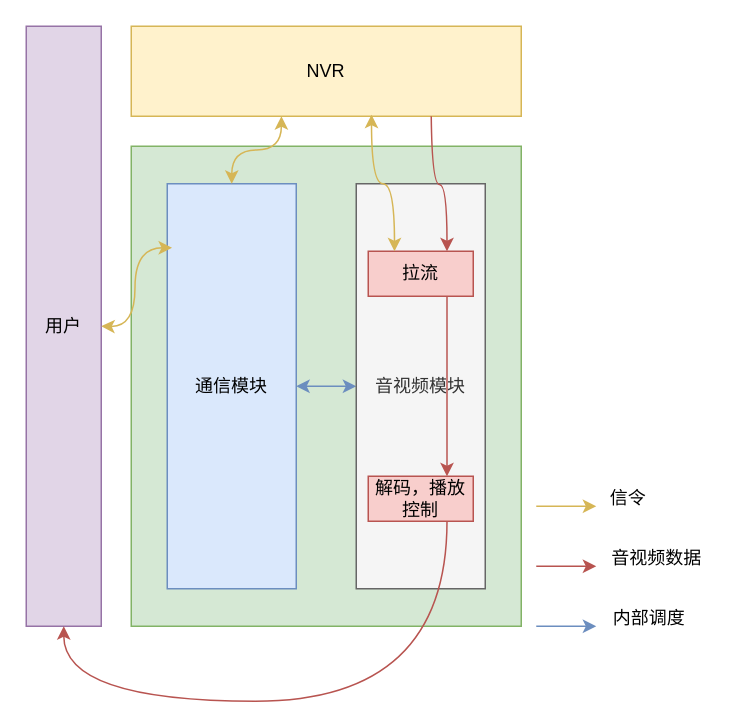
The draw.io diagram page "控制流程" (2 of 2) of 未命名绘图.drawio in Lycycz/tynotes, before the edit. Source tidied: cells renumbered, new cells numbered last; positions are measured from the earlier drawing's top-left corner, leaving out a move shared by most shapes. Both pictures are drawn from the tidied source at 150%, with x=0, y=0 at pixel (26, 26).
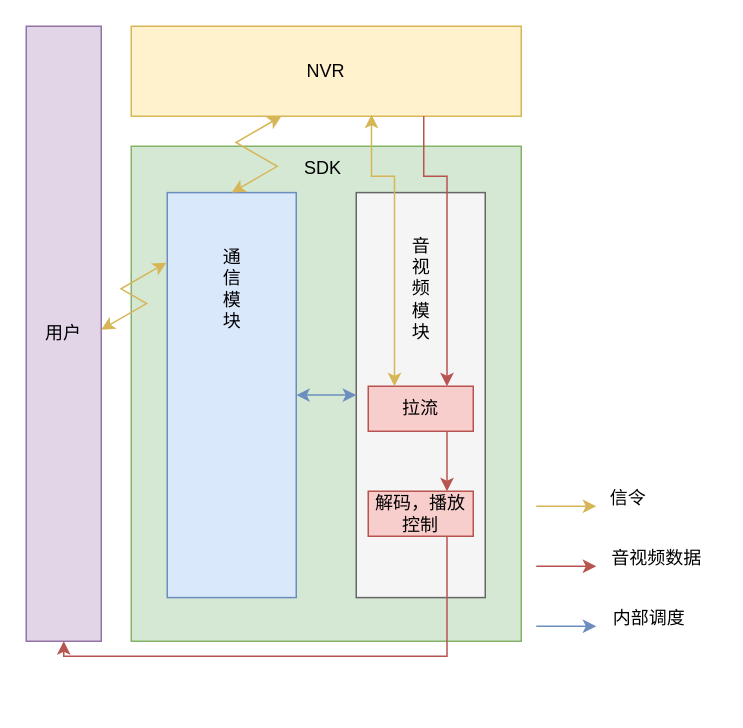
Above is the later version.

Unchanged cells that the change refers to:
```xml
<mxCell id="3" value="NVR" style="rounded=0;whiteSpace=wrap;html=1;fillColor=#fff2cc;strokeColor=#d6b656;" parent="1" vertex="1">
  <mxGeometry x="70" width="260" height="60" as="geometry" />
</mxCell>
```

Diff of the diagram source:
```diff
@@
+    <mxCell id="22" style="group;" parent="1" vertex="1">
+      <mxGeometry x="70" y="80" width="260" height="330" as="geometry" />
+    </mxCell>
-    <mxCell id="2" style="rounded=0;whiteSpace=wrap;html=1;fillColor=#d5e8d4;strokeColor=#82b366;" parent="1" vertex="1">
-      <mxGeometry x="70" y="80" width="260" height="320" as="geometry" />
+    <mxCell id="2" style="rounded=0;whiteSpace=wrap;html=1;fillColor=#d5e8d4;strokeColor=#82b366;" parent="22" vertex="1">
+      <mxGeometry width="260" height="330" as="geometry" />
     </mxCell>
+    <mxCell id="23" value="SDK" style="text;html=1;align=center;verticalAlign=middle;whiteSpace=wrap;rounded=0;" parent="22" vertex="1">
+      <mxGeometry x="98" width="60" height="30.9" as="geometry" />
+    </mxCell>
+    <mxCell id="6" style="rounded=0;whiteSpace=wrap;html=1;fillColor=#dae8fc;strokeColor=#6c8ebf;" parent="22" vertex="1">
+      <mxGeometry x="24" y="30.9" width="86" height="270" as="geometry" />
+    </mxCell>
+    <mxCell id="7" value="&lt;div style=&quot;&quot;&gt;&lt;br&gt;&lt;/div&gt;" style="rounded=0;whiteSpace=wrap;html=1;align=center;fillColor=#f5f5f5;fontColor=#333333;strokeColor=#666666;" parent="22" vertex="1">
+      <mxGeometry x="150" y="30.9" width="86" height="270" as="geometry" />
+    </mxCell>
+    <mxCell id="5" style="edgeStyle=orthogonalEdgeStyle;rounded=0;jettySize=auto;html=1;exitX=1;exitY=0.5;exitDx=0;exitDy=0;entryX=0;entryY=0.5;entryDx=0;entryDy=0;startArrow=classic;startFill=1;fillColor=#dae8fc;strokeColor=#6c8ebf;" parent="22" edge="1" source="6" target="7">
+      <mxGeometry relative="1" as="geometry" />
+    </mxCell>
@@
     <mxCell id="4" value="用户" style="rounded=0;whiteSpace=wrap;html=1;fillColor=#e1d5e7;strokeColor=#9673a6;" parent="1" vertex="1">
-      <mxGeometry width="50" height="400" as="geometry" />
+      <mxGeometry width="50" height="410" as="geometry" />
     </mxCell>
-    <mxCell id="5" style="edgeStyle=orthogonalEdgeStyle;rounded=0;jettySize=auto;html=1;exitX=1;exitY=0.5;exitDx=0;exitDy=0;entryX=0;entryY=0.5;entryDx=0;entryDy=0;startArrow=classic;startFill=1;fillColor=#dae8fc;strokeColor=#6c8ebf;" parent="1" edge="1" source="6" target="7">
-      <mxGeometry relative="1" as="geometry" />
-    </mxCell>
-    <mxCell id="6" value="通信模块" style="rounded=0;whiteSpace=wrap;html=1;fillColor=#dae8fc;strokeColor=#6c8ebf;" parent="1" vertex="1">
-      <mxGeometry x="94" y="105" width="86" height="270" as="geometry" />
-    </mxCell>
-    <mxCell id="7" value="&lt;div style=&quot;&quot;&gt;&lt;span style=&quot;background-color: initial;&quot;&gt;音视频模块&lt;/span&gt;&lt;/div&gt;" style="rounded=0;whiteSpace=wrap;html=1;align=center;fillColor=#f5f5f5;fontColor=#333333;strokeColor=#666666;" parent="1" vertex="1">
-      <mxGeometry x="220" y="105" width="86" height="270" as="geometry" />
-    </mxCell>
-    <mxCell id="8" style="edgeStyle=orthogonalEdgeStyle;rounded=0;jettySize=auto;html=1;exitX=0.5;exitY=0;exitDx=0;exitDy=0;entryX=0.385;entryY=1;entryDx=0;entryDy=0;entryPerimeter=0;fillColor=#fff2cc;strokeColor=#d6b656;startArrow=classic;startFill=1;curved=1;" parent="1" edge="1" source="6" target="3">
+    <mxCell id="8" style="edgeStyle=isometricEdgeStyle;rounded=0;jettySize=auto;html=1;exitX=0.5;exitY=0;exitDx=0;exitDy=0;entryX=0.385;entryY=1;entryDx=0;entryDy=0;entryPerimeter=0;fillColor=#fff2cc;strokeColor=#d6b656;startArrow=classic;startFill=1;" parent="1" edge="1" source="6" target="3">
       <mxGeometry relative="1" as="geometry" />
     </mxCell>
-    <mxCell id="9" style="edgeStyle=orthogonalEdgeStyle;rounded=0;jettySize=auto;html=1;entryX=0.037;entryY=0.158;entryDx=0;entryDy=0;entryPerimeter=0;fillColor=#fff2cc;strokeColor=#d6b656;startArrow=classic;startFill=1;curved=1;" parent="1" edge="1" target="6">
+    <mxCell id="9" style="edgeStyle=isometricEdgeStyle;rounded=0;jettySize=auto;html=1;entryX=-0.007;entryY=0.173;entryDx=0;entryDy=0;entryPerimeter=0;fillColor=#fff2cc;strokeColor=#d6b656;startArrow=classic;startFill=1;" parent="1" edge="1" target="6">
       <mxGeometry relative="1" as="geometry">
-        <mxPoint x="50" y="200" as="sourcePoint" />
+        <mxPoint x="50" y="202.3" as="sourcePoint" />
       </mxGeometry>
     </mxCell>
@@
     <mxCell id="11" value="拉流" style="rounded=0;whiteSpace=wrap;html=1;fillColor=#f8cecc;strokeColor=#b85450;" parent="1" vertex="1">
-      <mxGeometry x="228" y="150" width="70" height="30" as="geometry" />
+      <mxGeometry x="228" y="240" width="70" height="30" as="geometry" />
     </mxCell>
-    <mxCell id="12" style="edgeStyle=orthogonalEdgeStyle;rounded=0;jettySize=auto;html=1;exitX=0.75;exitY=1;exitDx=0;exitDy=0;entryX=0.5;entryY=1;entryDx=0;entryDy=0;curved=1;fillColor=#f8cecc;strokeColor=#b85450;" parent="1" edge="1" source="13" target="4">
+    <mxCell id="12" style="edgeStyle=elbowEdgeStyle;rounded=0;jettySize=auto;html=1;exitX=0.75;exitY=1;exitDx=0;exitDy=0;entryX=0.5;entryY=1;entryDx=0;entryDy=0;fillColor=#f8cecc;strokeColor=#b85450;elbow=vertical;" parent="1" edge="1" source="13" target="4">
       <mxGeometry relative="1" as="geometry">
         <Array as="points">
-          <mxPoint x="281" y="450" />
-          <mxPoint x="25" y="450" />
+          <mxPoint x="150" y="420" />
         </Array>
       </mxGeometry>
     </mxCell>
     <mxCell id="13" value="解码，播放控制" style="rounded=0;whiteSpace=wrap;html=1;fillColor=#f8cecc;strokeColor=#b85450;" parent="1" vertex="1">
-      <mxGeometry x="228" y="300" width="70" height="30" as="geometry" />
+      <mxGeometry x="228" y="310" width="70" height="30" as="geometry" />
     </mxCell>
-    <mxCell id="14" style="edgeStyle=orthogonalEdgeStyle;rounded=0;jettySize=auto;html=1;exitX=0.25;exitY=0;exitDx=0;exitDy=0;entryX=0.616;entryY=0.983;entryDx=0;entryDy=0;entryPerimeter=0;fillColor=#fff2cc;strokeColor=#d6b656;startArrow=classic;startFill=1;curved=1;" parent="1" edge="1" source="11" target="3">
-      <mxGeometry relative="1" as="geometry" />
+    <mxCell id="14" style="edgeStyle=elbowEdgeStyle;rounded=0;jettySize=auto;html=1;exitX=0.25;exitY=0;exitDx=0;exitDy=0;entryX=0.616;entryY=0.983;entryDx=0;entryDy=0;entryPerimeter=0;fillColor=#fff2cc;strokeColor=#d6b656;startArrow=classic;startFill=1;elbow=vertical;" parent="1" edge="1" source="11" target="3">
+      <mxGeometry relative="1" as="geometry">
+        <Array as="points">
+          <mxPoint x="240" y="100" />
+        </Array>
+      </mxGeometry>
     </mxCell>
-    <mxCell id="15" style="endArrow=classic;html=1;rounded=0;entryX=0.75;entryY=0;entryDx=0;entryDy=0;edgeStyle=orthogonalEdgeStyle;curved=1;fillColor=#f8cecc;strokeColor=#b85450;" parent="1" edge="1" target="11">
+    <mxCell id="15" style="endArrow=classic;html=1;rounded=0;entryX=0.75;entryY=0;entryDx=0;entryDy=0;edgeStyle=elbowEdgeStyle;fillColor=#f8cecc;strokeColor=#b85450;elbow=vertical;exitX=0.75;exitY=1;exitDx=0;exitDy=0;" parent="1" edge="1" source="3" target="11">
       <mxGeometry relative="1" as="geometry">
-        <mxPoint x="270" y="60" as="sourcePoint" />
+        <Array as="points">
+          <mxPoint x="280" y="100" />
+        </Array>
       </mxGeometry>
     </mxCell>
@@
+    <mxCell id="24" value="音视频模块" style="text;html=1;align=center;verticalAlign=middle;whiteSpace=wrap;rounded=0;rotation=0;" parent="1" vertex="1">
+      <mxGeometry x="254.5" y="160" width="17" height="30" as="geometry" />
+    </mxCell>
+    <mxCell id="25" value="通信模块" style="text;html=1;align=center;verticalAlign=middle;whiteSpace=wrap;rounded=0;rotation=0;" parent="1" vertex="1">
+      <mxGeometry x="128.5" y="160" width="17" height="30" as="geometry" />
+    </mxCell>
```
